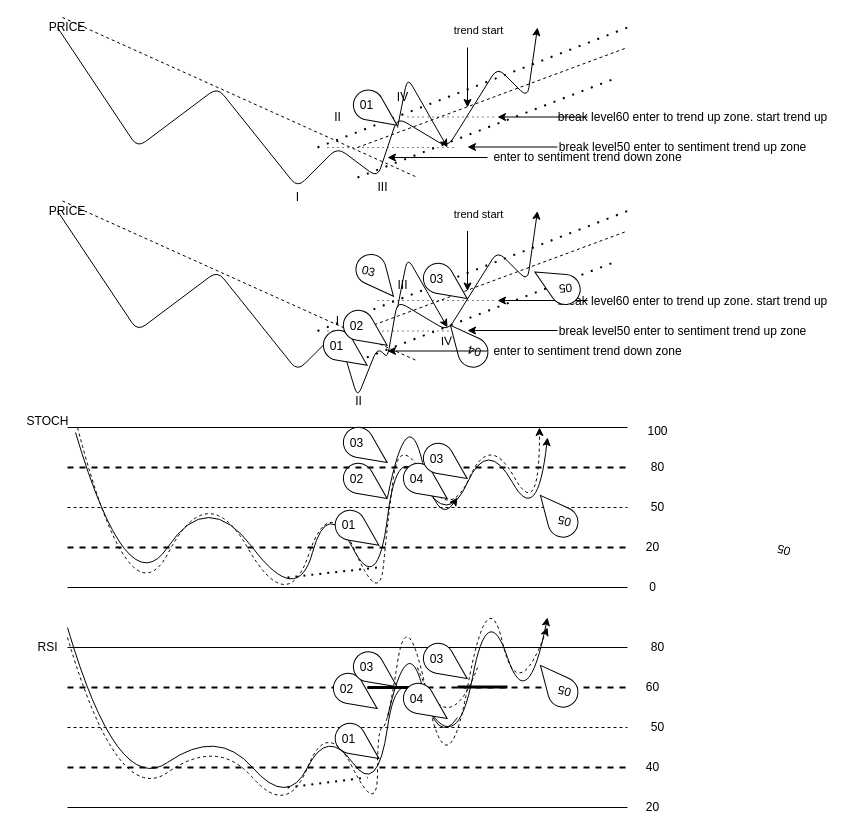
Earlier version of the draw.io diagram draws/15 -- signals in trends.drawio (uzziahmogg/LithiumIndicator). Source tidied: cells renumbered, new cells numbered last; positions are measured from the earlier drawing's top-left corner, leaving out a move shared by most shapes. Both pictures are drawn from the tidied source at 100%, with x=0, y=0 at pixel (17, 17).
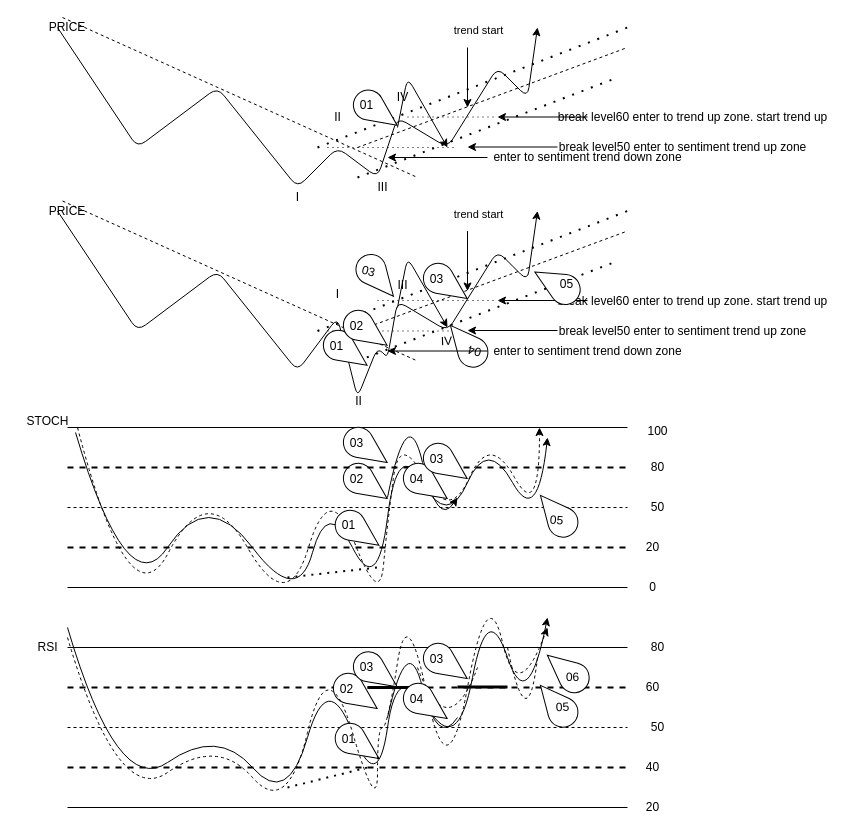
The same page after the edit.

What changed in the source:
```diff
@@
     <mxCell id="43" style="curved=1;endArrow=classic;html=1;" parent="1" edge="1">
       <mxGeometry relative="1" as="geometry">
         <mxPoint x="50" y="610" as="sourcePoint" />
         <mxPoint x="530" y="600" as="targetPoint" />
         <Array as="points">
           <mxPoint x="100" y="780" />
           <mxPoint x="200" y="710" />
           <mxPoint x="270" y="790" />
-          <mxPoint x="310" y="710" />
+          <mxPoint x="310" y="650" />
           <mxPoint x="360" y="780" />
           <mxPoint x="380" y="640" />
           <mxPoint x="440" y="740" />
           <mxPoint x="470" y="580" />
           <mxPoint x="510" y="700" />
         </Array>
       </mxGeometry>
     </mxCell>
@@
     <mxCell id="67" style="endArrow=none;dashed=1;html=1;dashPattern=1 3;strokeWidth=2;" parent="1" edge="1">
       <mxGeometry relative="1" as="geometry">
         <mxPoint x="270" y="770" as="sourcePoint" />
-        <mxPoint x="350" y="760" as="targetPoint" />
+        <mxPoint x="350" y="750" as="targetPoint" />
       </mxGeometry>
     </mxCell>
     <mxCell id="68" style="curved=1;endArrow=classic;html=1;exitX=0.967;exitY=1.05;exitDx=0;exitDy=0;exitPerimeter=0;dashed=1;" parent="1" edge="1">
       <mxGeometry relative="1" as="geometry">
         <mxPoint x="60" y="410" as="sourcePoint" />
         <mxPoint x="522" y="410" as="targetPoint" />
         <Array as="points">
           <mxPoint x="112" y="610" />
           <mxPoint x="190" y="460" />
           <mxPoint x="270" y="600" />
-          <mxPoint x="312" y="475" />
+          <mxPoint x="312" y="460" />
           <mxPoint x="362" y="590" />
           <mxPoint x="370" y="505" />
           <mxPoint x="382" y="415" />
           <mxPoint x="432" y="505" />
           <mxPoint x="472" y="415" />
           <mxPoint x="522" y="505" />
         </Array>
       </mxGeometry>
     </mxCell>
@@
     <mxCell id="81" style="endArrow=classic;html=1;" parent="1" edge="1">
       <mxGeometry x="30" y="193.5" as="geometry">
         <mxPoint x="40" y="193.5" as="sourcePoint" />
         <mxPoint x="520" y="193.5" as="targetPoint" />
         <Array as="points">
           <mxPoint x="120" y="313.5" />
           <mxPoint x="200" y="253.5" />
           <mxPoint x="280" y="353.5" />
-          <mxPoint x="320" y="313.5" />
+          <mxPoint x="320" y="300" />
           <mxPoint x="340" y="380" />
           <mxPoint x="360" y="330" />
           <mxPoint x="370" y="340" />
           <mxPoint x="380" y="283.5" />
           <mxPoint x="430" y="313.5" />
           <mxPoint x="480" y="233.5" />
           <mxPoint x="510" y="263.5" />
         </Array>
       </mxGeometry>
     </mxCell>
@@
     <mxCell id="85" value="I" style="text;html=1;align=center;verticalAlign=middle;strokeColor=none;" parent="1" vertex="1">
-      <mxGeometry x="310" y="293.5" width="20" height="20" as="geometry" />
+      <mxGeometry x="310" y="266.9" width="20" height="20" as="geometry" />
     </mxCell>
@@
     <mxCell id="106" style="curved=1;endArrow=classic;html=1;dashed=1;" parent="1" edge="1">
       <mxGeometry relative="1" as="geometry">
         <mxPoint x="50" y="620" as="sourcePoint" />
         <mxPoint x="530" y="610" as="targetPoint" />
         <Array as="points">
           <mxPoint x="100" y="790" />
           <mxPoint x="200" y="720" />
           <mxPoint x="270" y="800" />
-          <mxPoint x="310" y="700" />
+          <mxPoint x="310" y="630" />
           <mxPoint x="360" y="800" />
           <mxPoint x="360" y="710" />
           <mxPoint x="370" y="710" />
           <mxPoint x="390" y="580" />
           <mxPoint x="430" y="780" />
           <mxPoint x="470" y="560" />
           <mxPoint x="500" y="690" />
         </Array>
       </mxGeometry>
     </mxCell>
@@
-    <mxCell id="125" style="group;rotation=-185;" parent="1" vertex="1">
-      <mxGeometry x="510" y="240" width="58.2" height="53.3" as="geometry" />
-    </mxCell>
-    <mxCell id="126" style="verticalLabelPosition=bottom;verticalAlign=top;html=1;shape=mxgraph.basic.drop;rotation=-60;" parent="125" vertex="1">
-      <mxGeometry x="14" y="2" width="30" height="50" as="geometry" />
-    </mxCell>
-    <mxCell id="127" value="05" style="text;html=1;align=center;verticalAlign=middle;rotation=-185;" parent="125" vertex="1">
-      <mxGeometry x="24" y="21" width="30" height="20" as="geometry" />
-    </mxCell>
-    <mxCell id="128" style="group;rotation=-165;" parent="1" vertex="1">
-      <mxGeometry x="510" y="470" width="58.2" height="53.3" as="geometry" />
-    </mxCell>
-    <mxCell id="129" style="verticalLabelPosition=bottom;verticalAlign=top;html=1;shape=mxgraph.basic.drop;rotation=-40;" parent="128" vertex="1">
-      <mxGeometry x="14" y="2" width="30" height="50" as="geometry" />
-    </mxCell>
-    <mxCell id="130" value="05" style="text;html=1;align=center;verticalAlign=middle;rotation=-165;" parent="128" vertex="1">
-      <mxGeometry x="23" y="24" width="30" height="20" as="geometry" />
-    </mxCell>
@@
-    <mxCell id="137" value="05" style="text;html=1;align=center;verticalAlign=middle;rotation=-165;" parent="1" vertex="1">
-      <mxGeometry x="752.1" y="523.5" width="30" height="20" as="geometry" />
-    </mxCell>
-    <mxCell id="138" style="group;rotation=-165;" parent="1" vertex="1">
-      <mxGeometry x="510" y="640" width="58.2" height="53.3" as="geometry" />
-    </mxCell>
+    <mxCell id="141" style="curved=1;endArrow=none;html=1;endFill=0;dashed=1;" parent="1" edge="1">
+      <mxGeometry relative="1" as="geometry">
+        <mxPoint x="490" y="630" as="sourcePoint" />
+        <mxPoint x="520" y="640" as="targetPoint" />
+        <Array as="points">
+          <mxPoint x="510" y="726.6" />
+        </Array>
+      </mxGeometry>
+    </mxCell>
+    <mxCell id="126" style="verticalLabelPosition=bottom;verticalAlign=top;html=1;shape=mxgraph.basic.drop;rotation=-60;" parent="1" vertex="1">
+      <mxGeometry x="524" y="242" width="30" height="50" as="geometry" />
+    </mxCell>
+    <mxCell id="127" value="05" style="text;html=1;align=center;verticalAlign=middle;rotation=0;" parent="1" vertex="1">
+      <mxGeometry x="534.1" y="256.6" width="30" height="20" as="geometry" />
+    </mxCell>
+    <mxCell id="129" style="verticalLabelPosition=bottom;verticalAlign=top;html=1;shape=mxgraph.basic.drop;rotation=-40;" parent="1" vertex="1">
+      <mxGeometry x="524" y="472" width="30" height="50" as="geometry" />
+    </mxCell>
+    <mxCell id="130" value="05" style="text;html=1;align=center;verticalAlign=middle;rotation=5;" parent="1" vertex="1">
+      <mxGeometry x="524" y="493.2" width="30" height="20" as="geometry" />
+    </mxCell>
-    <mxCell id="139" style="verticalLabelPosition=bottom;verticalAlign=top;html=1;shape=mxgraph.basic.drop;rotation=-40;" parent="138" vertex="1">
-      <mxGeometry x="14" y="2" width="30" height="50" as="geometry" />
+    <mxCell id="139" style="verticalLabelPosition=bottom;verticalAlign=top;html=1;shape=mxgraph.basic.drop;rotation=-40;" parent="1" vertex="1">
+      <mxGeometry x="524" y="662" width="30" height="50" as="geometry" />
     </mxCell>
-    <mxCell id="140" value="05" style="text;html=1;align=center;verticalAlign=middle;rotation=-165;" parent="138" vertex="1">
-      <mxGeometry x="23" y="24" width="30" height="20" as="geometry" />
+    <mxCell id="140" value="05" style="text;html=1;align=center;verticalAlign=middle;rotation=-3;" parent="1" vertex="1">
+      <mxGeometry x="530" y="680" width="30" height="20" as="geometry" />
     </mxCell>
+    <mxCell id="142" style="verticalLabelPosition=bottom;verticalAlign=top;html=1;shape=mxgraph.basic.drop;rotation=-50;" parent="1" vertex="1">
+      <mxGeometry x="534" y="628.8" width="30" height="50" as="geometry" />
+    </mxCell>
+    <mxCell id="143" value="06" style="text;html=1;align=center;verticalAlign=middle;rotation=-1;" parent="1" vertex="1">
+      <mxGeometry x="540" y="650" width="30" height="20" as="geometry" />
+    </mxCell>
```
